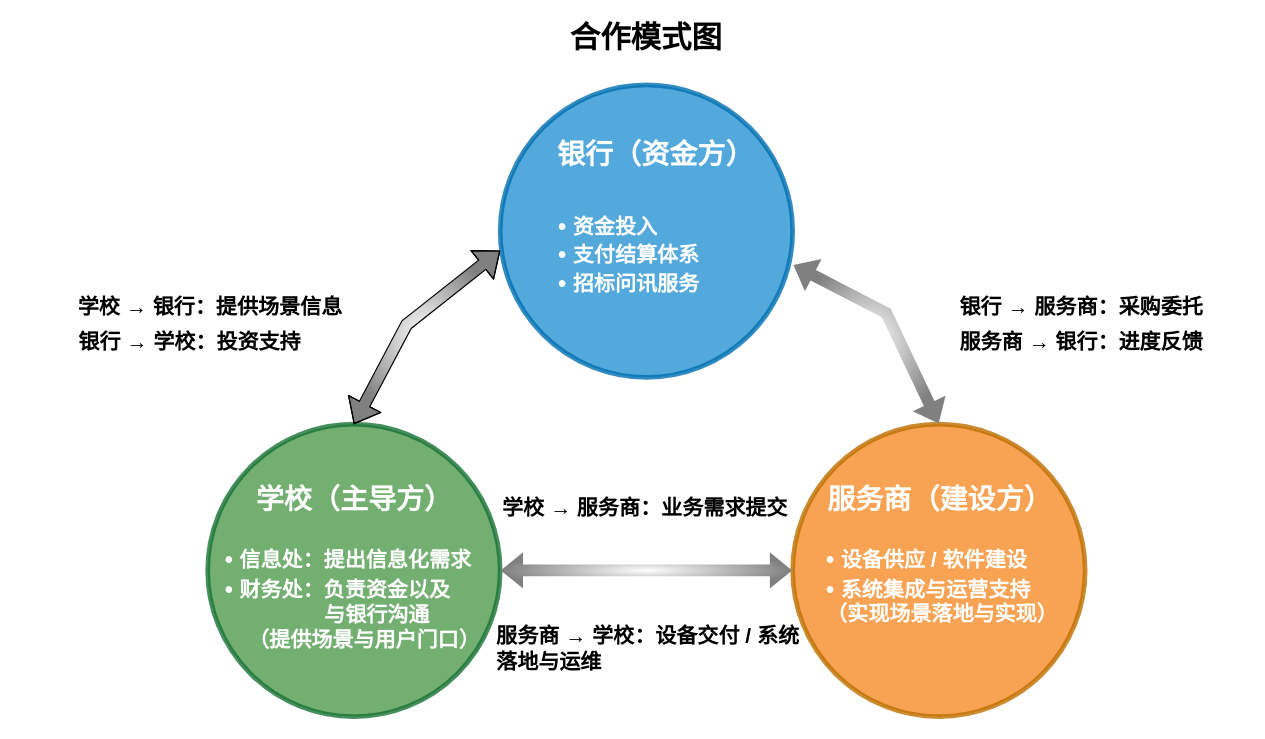
This is page "三方合作模式" (17 of 19) of 青岛恒星示意.drawio from bzerozero7/test, a draw.io file, before an edit. Source tidied: cells renumbered, new cells numbered last; positions are measured from the earlier drawing's top-left corner, leaving out a move shared by most shapes. Both pictures are drawn from the tidied source at 117%, with x=0, y=0 at pixel (20, 20).
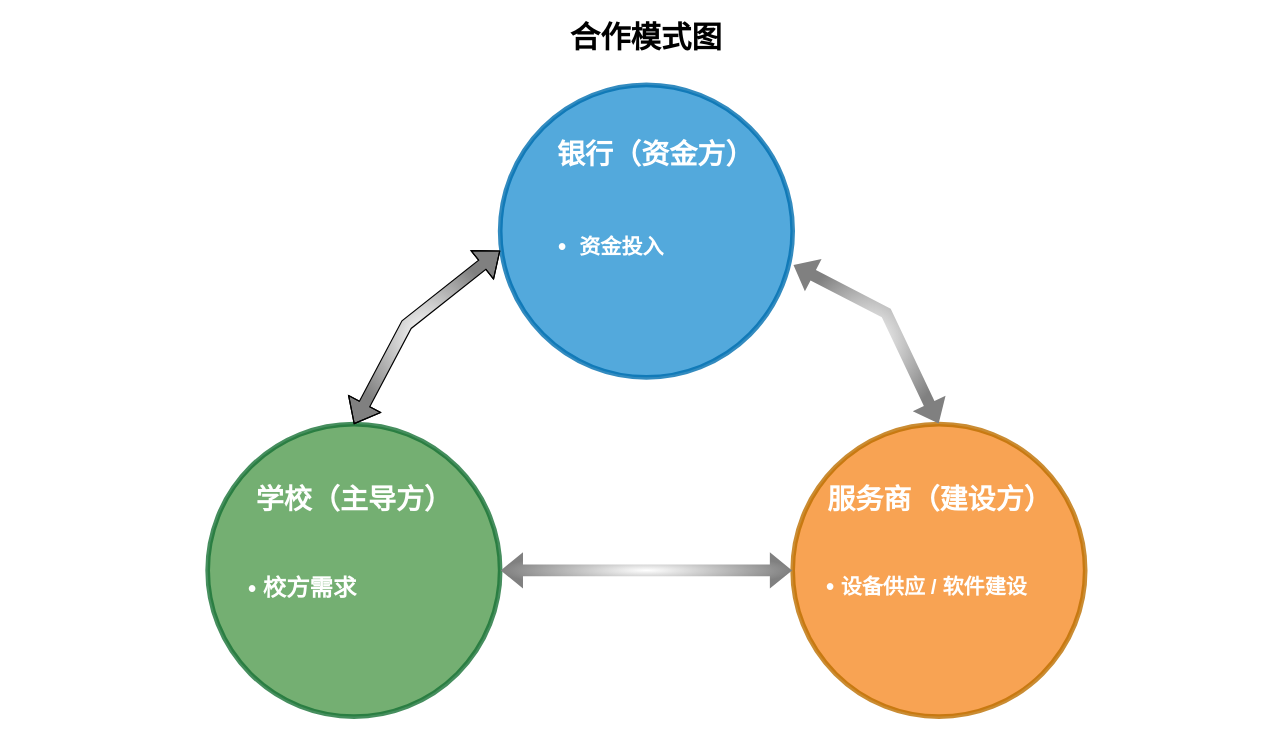
Above is the later version.

Commit message:
更新青岛恒星示意.drawio

The edit, as a diff of the source:
```diff
@@
-    <mxCell id="9" value="&lt;div&gt;&lt;b&gt;&lt;font style=&quot;color: light-dark(rgb(255, 255, 255), rgb(255, 255, 255)); font-size: 20px;&quot;&gt;•&amp;nbsp;&lt;/font&gt;&lt;span style=&quot;color: light-dark(rgb(255, 255, 255), rgb(18, 18, 18));&quot;&gt;&lt;font style=&quot;font-size: 18px;&quot;&gt;信息处：提出信息化需求&lt;/font&gt;&lt;/span&gt;&lt;/b&gt;&lt;/div&gt;&lt;div style=&quot;color: rgb(255, 255, 255);&quot;&gt;&lt;b&gt;&lt;span style=&quot;font-size: 20px; background-color: transparent;&quot;&gt;•&amp;nbsp;&lt;/span&gt;&lt;span&gt;&lt;font style=&quot;font-size: 18px;&quot;&gt;财务处：负责资金以及&lt;/font&gt;&lt;/span&gt;&lt;/b&gt;&lt;/div&gt;&lt;div style=&quot;color: rgb(255, 255, 255);&quot;&gt;&lt;span style=&quot;font-size: 18px; color: light-dark(rgb(255, 255, 255), rgb(18, 18, 18)); background-color: transparent;&quot;&gt;&lt;b&gt;&amp;nbsp; &amp;nbsp; &amp;nbsp; &amp;nbsp; &amp;nbsp; &amp;nbsp; &amp;nbsp; &amp;nbsp; &amp;nbsp;与银行沟通&lt;/b&gt;&lt;/span&gt;&lt;/div&gt;&lt;div style=&quot;color: rgb(255, 255, 255);&quot;&gt;&lt;span&gt;&lt;font style=&quot;font-size: 18px;&quot;&gt;&lt;b&gt;&amp;nbsp; &amp;nbsp; （提供场景与用户门口）&lt;/b&gt;&lt;/font&gt;&lt;/span&gt;&lt;/div&gt;" style="text;html=1;whiteSpace=wrap;strokeColor=none;fillColor=none;align=left;verticalAlign=middle;rounded=0;fontStyle=0;" parent="1" vertex="1">
-      <mxGeometry x="172.5" y="440" width="225" height="110" as="geometry" />
+    <mxCell id="9" value="&lt;div&gt;&lt;b&gt;&lt;font style=&quot;color: light-dark(rgb(255, 255, 255), rgb(255, 255, 255)); font-size: 20px;&quot;&gt;• 校方需求&lt;/font&gt;&lt;/b&gt;&lt;/div&gt;" style="text;html=1;whiteSpace=wrap;strokeColor=none;fillColor=none;align=left;verticalAlign=middle;rounded=0;fontStyle=0;" parent="1" vertex="1">
+      <mxGeometry x="192.5" y="429" width="225" height="110" as="geometry" />
     </mxCell>
@@
-    <mxCell id="12" value="&lt;div&gt;&lt;font style=&quot;font-size: 18px;&quot;&gt;&lt;b&gt;&lt;span style=&quot;font-size: 20px; background-color: transparent; color: light-dark(rgb(255, 255, 255), rgb(18, 18, 18));&quot;&gt;•&amp;nbsp;&lt;/span&gt;资金投入&lt;/b&gt;&lt;/font&gt;&lt;/div&gt;&lt;div&gt;&lt;font style=&quot;font-size: 18px;&quot;&gt;&lt;b&gt;&lt;span style=&quot;font-size: 20px; background-color: transparent; color: light-dark(rgb(255, 255, 255), rgb(18, 18, 18));&quot;&gt;•&amp;nbsp;&lt;/span&gt;支付结算体系&lt;/b&gt;&lt;/font&gt;&lt;/div&gt;&lt;div&gt;&lt;font style=&quot;font-size: 18px;&quot;&gt;&lt;b&gt;&lt;span style=&quot;font-size: 20px; background-color: transparent; color: light-dark(rgb(255, 255, 255), rgb(18, 18, 18));&quot;&gt;•&amp;nbsp;&lt;/span&gt;招标问讯服务&lt;/b&gt;&lt;/font&gt;&lt;/div&gt;" style="text;html=1;whiteSpace=wrap;strokeColor=none;fillColor=none;align=left;verticalAlign=middle;rounded=0;fontColor=#FFFFFF;" parent="1" vertex="1">
+    <mxCell id="12" value="&lt;div&gt;&lt;font style=&quot;font-size: 18px;&quot;&gt;&lt;b&gt;&lt;span style=&quot;font-size: 20px; background-color: transparent; color: light-dark(rgb(255, 255, 255), rgb(18, 18, 18));&quot;&gt;•&amp;nbsp;&amp;nbsp;&lt;/span&gt;资金投入&lt;/b&gt;&lt;/font&gt;&lt;/div&gt;&lt;div&gt;&lt;br&gt;&lt;/div&gt;" style="text;html=1;whiteSpace=wrap;strokeColor=none;fillColor=none;align=left;verticalAlign=middle;rounded=0;fontColor=#FFFFFF;" parent="1" vertex="1">
       <mxGeometry x="457.5" y="160" width="170" height="80" as="geometry" />
     </mxCell>
@@
-    <mxCell id="14" value="&lt;div&gt;&lt;div style=&quot;color: rgb(255, 255, 255);&quot;&gt;&lt;b&gt;&lt;span style=&quot;font-size: 20px; background-color: transparent;&quot;&gt;•&amp;nbsp;&lt;/span&gt;&lt;span&gt;&lt;font style=&quot;font-size: 18px;&quot;&gt;设备供应 /&amp;nbsp;&lt;/font&gt;&lt;/span&gt;&lt;span style=&quot;color: light-dark(rgb(255, 255, 255), rgb(18, 18, 18)); background-color: transparent;&quot;&gt;&lt;font style=&quot;font-size: 18px;&quot;&gt;软件建设&lt;/font&gt;&lt;/span&gt;&lt;/b&gt;&lt;/div&gt;&lt;div style=&quot;color: rgb(255, 255, 255);&quot;&gt;&lt;b&gt;&lt;span style=&quot;font-size: 20px; background-color: transparent;&quot;&gt;•&amp;nbsp;&lt;/span&gt;&lt;span style=&quot;font-size: 18px;&quot;&gt;&lt;span&gt;系统集成与运营支持&lt;/span&gt;&lt;/span&gt;&lt;/b&gt;&lt;/div&gt;&lt;/div&gt;&lt;div style=&quot;color: rgb(255, 255, 255);&quot;&gt;&lt;span style=&quot;font-size: 18px; color: light-dark(rgb(255, 255, 255), rgb(18, 18, 18)); background-color: transparent;&quot;&gt;&lt;b&gt;（实现场景落地与实现）&lt;/b&gt;&lt;/span&gt;&lt;/div&gt;" style="text;html=1;whiteSpace=wrap;strokeColor=none;fillColor=none;align=left;verticalAlign=middle;rounded=0;fontStyle=0;" parent="1" vertex="1">
+    <mxCell id="14" value="&lt;div style=&quot;color: rgb(255, 255, 255);&quot;&gt;&lt;b&gt;&lt;span style=&quot;font-size: 20px; background-color: transparent;&quot;&gt;•&amp;nbsp;&lt;/span&gt;&lt;span&gt;&lt;font style=&quot;font-size: 18px;&quot;&gt;设备供应 /&amp;nbsp;&lt;/font&gt;&lt;/span&gt;&lt;span style=&quot;color: light-dark(rgb(255, 255, 255), rgb(18, 18, 18)); background-color: transparent;&quot;&gt;&lt;font style=&quot;font-size: 18px;&quot;&gt;软件建设&lt;/font&gt;&lt;/span&gt;&lt;/b&gt;&lt;/div&gt;" style="text;html=1;whiteSpace=wrap;strokeColor=none;fillColor=none;align=left;verticalAlign=middle;rounded=0;fontStyle=0;" parent="1" vertex="1">
       <mxGeometry x="686.5" y="429" width="210" height="110" as="geometry" />
     </mxCell>
-    <mxCell id="15" value="&lt;font style=&quot;font-size: 18px;&quot;&gt;&lt;b&gt;学校 → 银行：提供场景信息&amp;nbsp;&lt;/b&gt;&lt;/font&gt;" style="text;html=1;whiteSpace=wrap;strokeColor=none;fillColor=none;align=center;verticalAlign=middle;rounded=0;" parent="1" vertex="1">
-      <mxGeometry y="230" width="330" height="30" as="geometry" />
-    </mxCell>
-    <mxCell id="16" value="&lt;font style=&quot;font-size: 18px;&quot;&gt;&lt;b&gt;银行 → 学校：投资支持&lt;/b&gt;&lt;/font&gt;" style="text;html=1;whiteSpace=wrap;strokeColor=none;fillColor=none;align=center;verticalAlign=middle;rounded=0;" parent="1" vertex="1">
-      <mxGeometry y="260" width="290" height="30" as="geometry" />
-    </mxCell>
-    <mxCell id="17" value="&lt;font style=&quot;font-size: 18px;&quot;&gt;&lt;b&gt;银行 → 服务商：&lt;span style=&quot;&quot;&gt;采购委托&lt;/span&gt;&lt;/b&gt;&lt;/font&gt;" style="text;html=1;whiteSpace=wrap;strokeColor=none;fillColor=none;align=center;verticalAlign=middle;rounded=0;" parent="1" vertex="1">
-      <mxGeometry x="777" y="230" width="260" height="30" as="geometry" />
-    </mxCell>
-    <mxCell id="18" value="&lt;font style=&quot;font-size: 18px;&quot;&gt;&lt;b&gt;服务商 → 银行：进度反馈&lt;/b&gt;&lt;/font&gt;" style="text;html=1;whiteSpace=wrap;strokeColor=none;fillColor=none;align=center;verticalAlign=middle;rounded=0;" parent="1" vertex="1">
-      <mxGeometry x="767" y="260" width="280" height="30" as="geometry" />
-    </mxCell>
-    <mxCell id="19" value="&lt;font style=&quot;font-size: 18px;&quot;&gt;&lt;b&gt;学校 → 服务商：&lt;span style=&quot;&quot;&gt;业务需求提交&lt;/span&gt;&lt;/b&gt;&lt;/font&gt;" style="text;whiteSpace=wrap;html=1;" parent="1" vertex="1">
-      <mxGeometry x="410" y="400" width="265" height="40" as="geometry" />
-    </mxCell>
-    <mxCell id="20" value="&lt;font style=&quot;font-size: 18px;&quot;&gt;&lt;b&gt;服务商 → 学校：&lt;/b&gt;&lt;/font&gt;&lt;font style=&quot;font-size: 18px;&quot;&gt;&lt;b&gt;设备交付 / 系统落地与运维&lt;/b&gt;&lt;/font&gt;" style="text;whiteSpace=wrap;html=1;" parent="1" vertex="1">
-      <mxGeometry x="405" y="510" width="275" height="40" as="geometry" />
-    </mxCell>
```
